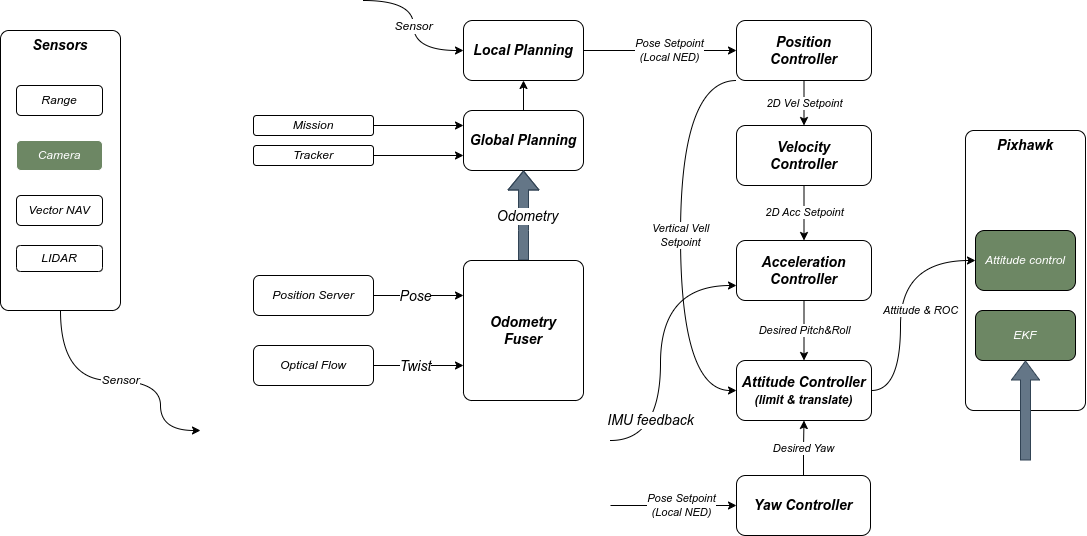
Earlier version of the draw.io export images/control.drawio.png (ori-kruk/desgin). Source tidied: cells renumbered, new cells last; positions are measured from the earlier drawing's top-left corner, leaving out a move shared by most shapes.
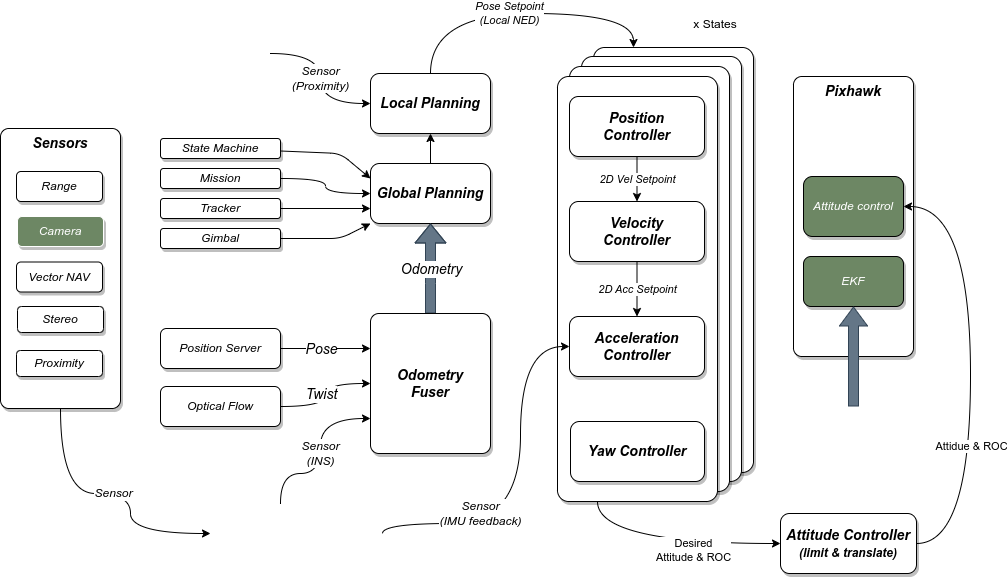
The same file after the commit.

Commit message:
update state and control

Diff of the diagram source:
```diff
@@ -2,43 +2,47 @@
   <root>
     <mxCell id="0" />
     <mxCell id="1" parent="0" />
+    <mxCell id="43" style="rounded=1;whiteSpace=wrap;html=1;shadow=1;align=center;verticalAlign=middle;arcSize=7;" parent="1" vertex="1">
+      <mxGeometry x="673" y="84" width="160" height="425" as="geometry" />
+    </mxCell>
+    <mxCell id="44" style="rounded=1;whiteSpace=wrap;html=1;shadow=1;arcSize=7;" parent="1" vertex="1">
+      <mxGeometry x="661" y="93" width="160" height="425" as="geometry" />
+    </mxCell>
+    <mxCell id="45" style="rounded=1;whiteSpace=wrap;html=1;shadow=1;arcSize=7;" parent="1" vertex="1">
+      <mxGeometry x="649" y="103" width="160" height="425" as="geometry" />
+    </mxCell>
+    <mxCell id="46" style="rounded=1;whiteSpace=wrap;html=1;shadow=1;arcSize=7;" parent="1" vertex="1">
+      <mxGeometry x="637" y="113" width="160" height="425" as="geometry" />
+    </mxCell>
-    <mxCell id="2" value="&lt;font style=&quot;font-size: 14px;&quot;&gt;&lt;b&gt;Sensors&lt;/b&gt;&lt;/font&gt;" style="rounded=1;whiteSpace=wrap;html=1;strokeColor=default;arcSize=7;verticalAlign=top;fontStyle=2;" parent="1" vertex="1">
-      <mxGeometry y="30" width="120" height="280" as="geometry" />
+    <mxCell id="2" value="&lt;font style=&quot;font-size: 14px;&quot;&gt;&lt;b&gt;Sensors&lt;/b&gt;&lt;/font&gt;" style="rounded=1;whiteSpace=wrap;html=1;strokeColor=default;arcSize=7;verticalAlign=top;fontStyle=2;shadow=1;" parent="1" vertex="1">
+      <mxGeometry x="80" y="165" width="120" height="280" as="geometry" />
     </mxCell>
-    <mxCell id="3" value="&lt;font style=&quot;font-size: 14px;&quot;&gt;&lt;span style=&quot;font-size: 14px;&quot;&gt;Pixhawk&lt;/span&gt;&lt;/font&gt;" style="rounded=1;whiteSpace=wrap;html=1;strokeColor=default;arcSize=7;verticalAlign=top;fontStyle=3;fontSize=14;" parent="1" vertex="1">
-      <mxGeometry x="965" y="130" width="120" height="280" as="geometry" />
+    <mxCell id="3" value="&lt;font style=&quot;font-size: 14px;&quot;&gt;&lt;span style=&quot;font-size: 14px;&quot;&gt;Pixhawk&lt;/span&gt;&lt;/font&gt;" style="rounded=1;whiteSpace=wrap;html=1;strokeColor=default;arcSize=7;verticalAlign=top;fontStyle=3;fontSize=14;shadow=1;" parent="1" vertex="1">
+      <mxGeometry x="873" y="113" width="120" height="280" as="geometry" />
     </mxCell>
-    <mxCell id="4" value="Vector NAV" style="rounded=1;whiteSpace=wrap;html=1;fontStyle=2;" parent="1" vertex="1">
-      <mxGeometry x="16" y="195" width="86" height="30" as="geometry" />
+    <mxCell id="4" value="Vector NAV" style="rounded=1;whiteSpace=wrap;html=1;fontStyle=2;shadow=1;" parent="1" vertex="1">
+      <mxGeometry x="96" y="298.5" width="86" height="30" as="geometry" />
     </mxCell>
-    <mxCell id="5" value="Camera" style="rounded=1;whiteSpace=wrap;html=1;strokeColor=#FFFFFF;fillColor=#6d8764;fontStyle=2;fontColor=#ffffff;" parent="1" vertex="1">
-      <mxGeometry x="16" y="140" width="86" height="30" as="geometry" />
+    <mxCell id="5" value="Camera" style="rounded=1;whiteSpace=wrap;html=1;strokeColor=#FFFFFF;fillColor=#6d8764;fontStyle=2;fontColor=#ffffff;shadow=1;" parent="1" vertex="1">
+      <mxGeometry x="97" y="253" width="86" height="30" as="geometry" />
     </mxCell>
-    <mxCell id="6" value="Range" style="rounded=1;whiteSpace=wrap;html=1;fontStyle=2;" parent="1" vertex="1">
-      <mxGeometry x="16" y="85" width="86" height="30" as="geometry" />
+    <mxCell id="6" value="Range" style="rounded=1;whiteSpace=wrap;html=1;fontStyle=2;shadow=1;" parent="1" vertex="1">
+      <mxGeometry x="96" y="208" width="86" height="30" as="geometry" />
     </mxCell>
-    <mxCell id="7" value="LIDAR" style="rounded=1;whiteSpace=wrap;html=1;fontStyle=2;" parent="1" vertex="1">
-      <mxGeometry x="16" y="245" width="86" height="26" as="geometry" />
+    <mxCell id="7" value="Stereo" style="rounded=1;whiteSpace=wrap;html=1;fontStyle=2;shadow=1;" parent="1" vertex="1">
+      <mxGeometry x="97" y="343" width="86" height="26" as="geometry" />
     </mxCell>
-    <mxCell id="8" value="Attitude control" style="rounded=1;whiteSpace=wrap;html=1;strokeColor=default;fillColor=#6d8764;fontColor=#ffffff;fontStyle=2;" parent="1" vertex="1">
-      <mxGeometry x="975" y="230" width="100" height="60" as="geometry" />
+    <mxCell id="8" value="Attitude control" style="rounded=1;whiteSpace=wrap;html=1;strokeColor=default;fillColor=#6d8764;fontColor=#ffffff;fontStyle=2;shadow=1;" parent="1" vertex="1">
+      <mxGeometry x="883" y="213" width="100" height="60" as="geometry" />
     </mxCell>
     <mxCell id="9" value="2D&amp;nbsp;Vel Setpoint" style="edgeStyle=none;html=1;fontStyle=2;" parent="1" edge="1" source="11" target="17">
       <mxGeometry relative="1" as="geometry" />
     </mxCell>
-    <mxCell id="10" value="Vertical Vell&lt;br&gt;Setpoint" style="edgeStyle=orthogonalEdgeStyle;curved=1;html=1;entryX=0;entryY=0.5;entryDx=0;entryDy=0;exitX=0;exitY=1;exitDx=0;exitDy=0;fontStyle=2;" parent="1" edge="1" source="11" target="27">
-      <mxGeometry relative="1" as="geometry">
-        <Array as="points">
-          <mxPoint x="680" y="80" />
-          <mxPoint x="680" y="390" />
-        </Array>
-      </mxGeometry>
-    </mxCell>
-    <mxCell id="11" value="Position&lt;br style=&quot;font-size: 14px;&quot;&gt;Controller" style="rounded=1;whiteSpace=wrap;html=1;strokeColor=default;fontStyle=3;fontSize=14;" parent="1" vertex="1">
-      <mxGeometry x="736" y="20" width="135" height="60" as="geometry" />
+    <mxCell id="11" value="Position&lt;br style=&quot;font-size: 14px;&quot;&gt;Controller" style="rounded=1;whiteSpace=wrap;html=1;strokeColor=default;fontStyle=3;fontSize=14;shadow=1;" parent="1" vertex="1">
+      <mxGeometry x="649" y="133" width="135" height="60" as="geometry" />
     </mxCell>
-    <mxCell id="12" value="EKF" style="rounded=1;whiteSpace=wrap;html=1;strokeColor=default;fillColor=#6d8764;fontColor=#ffffff;fontStyle=2;" parent="1" vertex="1">
-      <mxGeometry x="975" y="310" width="100" height="50" as="geometry" />
+    <mxCell id="12" value="EKF" style="rounded=1;whiteSpace=wrap;html=1;strokeColor=default;fillColor=#6d8764;fontColor=#ffffff;fontStyle=2;shadow=1;" parent="1" vertex="1">
+      <mxGeometry x="883" y="293" width="100" height="50" as="geometry" />
     </mxCell>
     <mxCell id="13" style="edgeStyle=orthogonalEdgeStyle;curved=1;html=1;entryX=0;entryY=0.25;entryDx=0;entryDy=0;fontSize=14;fontStyle=2;" parent="1" edge="1" source="15" target="40">
       <mxGeometry relative="1" as="geometry" />
@@ -48,124 +52,163 @@
         <mxPoint x="-16" y="5" as="offset" />
       </mxGeometry>
     </mxCell>
-    <mxCell id="15" value="Position Server" style="rounded=1;whiteSpace=wrap;html=1;strokeColor=default;fontStyle=2;fontSize=12;" parent="1" vertex="1">
-      <mxGeometry x="253" y="275" width="120" height="40" as="geometry" />
+    <mxCell id="15" value="Position Server" style="rounded=1;whiteSpace=wrap;html=1;strokeColor=default;fontStyle=2;fontSize=12;shadow=1;" parent="1" vertex="1">
+      <mxGeometry x="240" y="365" width="120" height="40" as="geometry" />
     </mxCell>
     <mxCell id="16" value="2D Acc Setpoint" style="edgeStyle=orthogonalEdgeStyle;curved=1;html=1;fontStyle=2;" parent="1" edge="1" source="17" target="19">
       <mxGeometry relative="1" as="geometry" />
     </mxCell>
-    <mxCell id="17" value="Velocity&lt;br style=&quot;font-size: 14px;&quot;&gt;Controller" style="rounded=1;whiteSpace=wrap;html=1;strokeColor=default;fontStyle=3;fontSize=14;" parent="1" vertex="1">
-      <mxGeometry x="736" y="125" width="135" height="60" as="geometry" />
+    <mxCell id="17" value="Velocity&lt;br style=&quot;font-size: 14px;&quot;&gt;Controller" style="rounded=1;whiteSpace=wrap;html=1;strokeColor=default;fontStyle=3;fontSize=14;shadow=1;" parent="1" vertex="1">
+      <mxGeometry x="649" y="238" width="135" height="60" as="geometry" />
     </mxCell>
-    <mxCell id="18" value="Desired Pitch&amp;amp;Roll" style="edgeStyle=orthogonalEdgeStyle;curved=1;html=1;fontStyle=2;" parent="1" edge="1" source="19" target="27">
-      <mxGeometry relative="1" as="geometry">
-        <Array as="points">
-          <mxPoint x="796" y="410" />
-          <mxPoint x="796" y="410" />
-        </Array>
-      </mxGeometry>
-    </mxCell>
-    <mxCell id="19" value="Acceleration Controller" style="rounded=1;whiteSpace=wrap;html=1;strokeColor=default;fontSize=14;fontStyle=3;" parent="1" vertex="1">
-      <mxGeometry x="736" y="240" width="135" height="60" as="geometry" />
+    <mxCell id="19" value="Acceleration Controller" style="rounded=1;whiteSpace=wrap;html=1;strokeColor=default;fontSize=14;fontStyle=3;shadow=1;" parent="1" vertex="1">
+      <mxGeometry x="649" y="353" width="135" height="60" as="geometry" />
     </mxCell>
     <mxCell id="20" style="edgeStyle=orthogonalEdgeStyle;curved=1;html=1;exitX=1;exitY=0.5;exitDx=0;exitDy=0;entryX=0;entryY=0.75;entryDx=0;entryDy=0;fontStyle=2;" parent="1" edge="1" source="21" target="31">
       <mxGeometry relative="1" as="geometry" />
     </mxCell>
-    <mxCell id="21" value="Tracker" style="rounded=1;whiteSpace=wrap;html=1;strokeColor=default;fontStyle=2;" parent="1" vertex="1">
-      <mxGeometry x="253" y="145" width="120" height="20" as="geometry" />
+    <mxCell id="21" value="Tracker" style="rounded=1;whiteSpace=wrap;html=1;strokeColor=default;fontStyle=2;shadow=1;" parent="1" vertex="1">
+      <mxGeometry x="240" y="235" width="120" height="20" as="geometry" />
     </mxCell>
-    <mxCell id="22" value="Pose Setpoint&lt;br&gt;(Local NED)" style="edgeStyle=orthogonalEdgeStyle;curved=1;html=1;exitX=1;exitY=0.5;exitDx=0;exitDy=0;fontStyle=2;" parent="1" edge="1" source="32" target="11">
-      <mxGeometry x="0.12" relative="1" as="geometry" />
+    <mxCell id="22" value="Pose Setpoint&lt;br&gt;(Local NED)" style="edgeStyle=orthogonalEdgeStyle;curved=1;html=1;exitX=0.5;exitY=0;exitDx=0;exitDy=0;fontStyle=2;entryX=0.25;entryY=0;entryDx=0;entryDy=0;" parent="1" edge="1" source="32" target="43">
+      <mxGeometry x="-0.06" relative="1" as="geometry">
+        <Array as="points">
+          <mxPoint x="510" y="50" />
+          <mxPoint x="713" y="50" />
+        </Array>
+      </mxGeometry>
     </mxCell>
-    <mxCell id="23" style="edgeStyle=orthogonalEdgeStyle;curved=1;html=1;entryX=0;entryY=0.25;entryDx=0;entryDy=0;fontStyle=2;" parent="1" edge="1" source="24" target="31">
+    <mxCell id="23" style="edgeStyle=orthogonalEdgeStyle;curved=1;html=1;entryX=0;entryY=0.5;entryDx=0;entryDy=0;fontStyle=2;" parent="1" edge="1" source="24" target="31">
       <mxGeometry relative="1" as="geometry" />
     </mxCell>
-    <mxCell id="24" value="Mission" style="rounded=1;whiteSpace=wrap;html=1;strokeColor=default;fontStyle=2;" parent="1" vertex="1">
-      <mxGeometry x="253" y="115" width="120" height="20" as="geometry" />
+    <mxCell id="24" value="Mission" style="rounded=1;whiteSpace=wrap;html=1;strokeColor=default;fontStyle=2;shadow=1;" parent="1" vertex="1">
+      <mxGeometry x="240" y="205" width="120" height="20" as="geometry" />
     </mxCell>
+    <mxCell id="26" value="Sensor&lt;br&gt;(IMU feedback)" style="edgeStyle=orthogonalEdgeStyle;html=1;fontSize=12;curved=1;fontStyle=2;entryX=0;entryY=0.5;entryDx=0;entryDy=0;" parent="1" edge="1" target="19">
+      <mxGeometry x="-0.42" y="10" relative="1" as="geometry">
+        <mxPoint x="462" y="570" as="sourcePoint" />
+        <Array as="points">
+          <mxPoint x="462" y="560" />
+          <mxPoint x="600" y="560" />
+          <mxPoint x="600" y="383" />
+        </Array>
+      </mxGeometry>
+    </mxCell>
-    <mxCell id="25" value="Attitude &amp;amp; ROC" style="edgeStyle=orthogonalEdgeStyle;curved=1;html=1;entryX=0;entryY=0.5;entryDx=0;entryDy=0;fontStyle=2;" parent="1" edge="1" source="27" target="8">
-      <mxGeometry x="-0.07" y="-20" relative="1" as="geometry">
+    <mxCell id="25" style="edgeStyle=orthogonalEdgeStyle;html=1;curved=1;entryX=1;entryY=0.5;entryDx=0;entryDy=0;exitX=1;exitY=0.5;exitDx=0;exitDy=0;" parent="1" edge="1" source="27" target="8">
+      <mxGeometry relative="1" as="geometry">
         <Array as="points">
-          <mxPoint x="900" y="390" />
-          <mxPoint x="900" y="260" />
+          <mxPoint x="1050" y="580" />
+          <mxPoint x="1050" y="243" />
         </Array>
       </mxGeometry>
     </mxCell>
-    <mxCell id="26" value="IMU feedback" style="edgeStyle=orthogonalEdgeStyle;html=1;fontSize=14;curved=1;entryX=0;entryY=0.75;entryDx=0;entryDy=0;fontStyle=2;" parent="1" edge="1" target="19">
-      <mxGeometry x="-0.5" y="10" relative="1" as="geometry">
-        <mxPoint x="610" y="440" as="sourcePoint" />
-        <Array as="points">
-          <mxPoint x="660" y="440" />
-          <mxPoint x="660" y="285" />
-        </Array>
-      </mxGeometry>
-    </mxCell>
+    <mxCell id="47" value="Attidue &amp;amp; ROC" style="edgeLabel;html=1;align=center;verticalAlign=middle;" parent="25" vertex="1">
+      <mxGeometry x="-0.34" relative="1" as="geometry" />
+    </mxCell>
-    <mxCell id="27" value="Attitude Controller&lt;br style=&quot;font-size: 14px;&quot;&gt;&lt;font style=&quot;font-size: 12px;&quot;&gt;(limit &amp;amp; translate)&lt;/font&gt;" style="rounded=1;whiteSpace=wrap;html=1;strokeColor=default;fontSize=14;fontStyle=3;" parent="1" vertex="1">
-      <mxGeometry x="736" y="360" width="135" height="60" as="geometry" />
+    <mxCell id="27" value="Attitude Controller&lt;br style=&quot;font-size: 14px;&quot;&gt;&lt;font style=&quot;font-size: 12px;&quot;&gt;(limit &amp;amp; translate)&lt;/font&gt;" style="rounded=1;whiteSpace=wrap;html=1;strokeColor=default;fontSize=14;fontStyle=3;shadow=1;" parent="1" vertex="1">
+      <mxGeometry x="860" y="550" width="136" height="60" as="geometry" />
     </mxCell>
-    <mxCell id="28" value="Desired Yaw" style="edgeStyle=orthogonalEdgeStyle;curved=1;html=1;entryX=0.5;entryY=1;entryDx=0;entryDy=0;fontStyle=2;" parent="1" edge="1" source="29" target="27">
-      <mxGeometry relative="1" as="geometry" />
-    </mxCell>
-    <mxCell id="29" value="Yaw Controller" style="rounded=1;whiteSpace=wrap;html=1;strokeColor=default;fontStyle=3;fontSize=14;" parent="1" vertex="1">
-      <mxGeometry x="736" y="475" width="134" height="60" as="geometry" />
+    <mxCell id="29" value="Yaw Controller" style="rounded=1;whiteSpace=wrap;html=1;strokeColor=default;fontStyle=3;fontSize=14;shadow=1;" parent="1" vertex="1">
+      <mxGeometry x="650" y="458" width="134" height="60" as="geometry" />
     </mxCell>
     <mxCell id="30" style="edgeStyle=orthogonalEdgeStyle;curved=1;html=1;exitX=0.5;exitY=0;exitDx=0;exitDy=0;entryX=0.5;entryY=1;entryDx=0;entryDy=0;fontStyle=2;" parent="1" edge="1" source="31" target="32">
       <mxGeometry relative="1" as="geometry" />
     </mxCell>
-    <mxCell id="31" value="Global Planning" style="rounded=1;whiteSpace=wrap;html=1;strokeColor=default;fontStyle=3;fontSize=14;" parent="1" vertex="1">
-      <mxGeometry x="463" y="110" width="120" height="60" as="geometry" />
+    <mxCell id="31" value="Global Planning" style="rounded=1;whiteSpace=wrap;html=1;strokeColor=default;fontStyle=3;fontSize=14;shadow=1;" parent="1" vertex="1">
+      <mxGeometry x="450" y="200" width="120" height="60" as="geometry" />
     </mxCell>
-    <mxCell id="32" value="Local Planning" style="rounded=1;whiteSpace=wrap;html=1;strokeColor=default;fontSize=14;fontStyle=3;" parent="1" vertex="1">
-      <mxGeometry x="463" y="20" width="120" height="60" as="geometry" />
+    <mxCell id="32" value="Local Planning" style="rounded=1;whiteSpace=wrap;html=1;strokeColor=default;fontSize=14;fontStyle=3;shadow=1;" parent="1" vertex="1">
+      <mxGeometry x="450" y="110" width="120" height="60" as="geometry" />
     </mxCell>
-    <mxCell id="33" value="Sensor" style="edgeStyle=orthogonalEdgeStyle;curved=1;html=1;entryX=0;entryY=0.5;entryDx=0;entryDy=0;fontStyle=2;fontSize=12;" parent="1" edge="1" target="32">
+    <mxCell id="33" value="Sensor&lt;br&gt;(Proximity)" style="edgeStyle=orthogonalEdgeStyle;curved=1;html=1;entryX=0;entryY=0.5;entryDx=0;entryDy=0;fontStyle=2;fontSize=12;" parent="1" edge="1" target="32">
       <mxGeometry relative="1" as="geometry">
-        <mxPoint x="363" as="sourcePoint" />
+        <mxPoint x="350" y="90" as="sourcePoint" />
       </mxGeometry>
     </mxCell>
     <mxCell id="34" style="shape=flexArrow;endArrow=classic;html=1;curved=1;exitX=0.5;exitY=0;exitDx=0;exitDy=0;entryX=0.5;entryY=1;entryDx=0;entryDy=0;fillColor=#647687;strokeColor=#314354;fontStyle=2;" parent="1" edge="1" source="40" target="31">
       <mxGeometry relative="1" as="geometry">
         <Array as="points">
-          <mxPoint x="523" y="230" />
+          <mxPoint x="510" y="320" />
         </Array>
       </mxGeometry>
     </mxCell>
     <mxCell id="35" value="Odometry" style="edgeLabel;html=1;align=center;verticalAlign=middle;fontSize=14;fontStyle=2;" parent="34" vertex="1">
-      <mxGeometry y="-3" relative="1" as="geometry" />
+      <mxGeometry y="-3" relative="1" as="geometry">
+        <mxPoint x="-3" as="offset" />
+      </mxGeometry>
     </mxCell>
-    <mxCell id="36" style="edgeStyle=orthogonalEdgeStyle;curved=1;html=1;entryX=0;entryY=0.75;entryDx=0;entryDy=0;fontSize=14;fontStyle=2;" parent="1" edge="1" source="38" target="40">
+    <mxCell id="36" style="edgeStyle=orthogonalEdgeStyle;curved=1;html=1;entryX=0;entryY=0.5;entryDx=0;entryDy=0;fontSize=14;fontStyle=2;" parent="1" edge="1" source="38" target="40">
       <mxGeometry relative="1" as="geometry" />
     </mxCell>
     <mxCell id="37" value="Twist" style="edgeLabel;html=1;align=center;verticalAlign=middle;fontSize=14;fontStyle=2;" parent="36" vertex="1">
       <mxGeometry x="0.17" relative="1" as="geometry">
-        <mxPoint x="-12" as="offset" />
+        <mxPoint x="-5" y="8" as="offset" />
       </mxGeometry>
     </mxCell>
-    <mxCell id="38" value="Optical Flow" style="rounded=1;whiteSpace=wrap;html=1;strokeColor=default;fontStyle=2;" parent="1" vertex="1">
-      <mxGeometry x="253" y="345" width="120" height="40" as="geometry" />
+    <mxCell id="38" value="Optical Flow" style="rounded=1;whiteSpace=wrap;html=1;strokeColor=default;fontStyle=2;shadow=1;" parent="1" vertex="1">
+      <mxGeometry x="240" y="423" width="120" height="40" as="geometry" />
     </mxCell>
-    <mxCell id="39" value="Pose Setpoint&lt;br&gt;(Local NED)" style="edgeStyle=orthogonalEdgeStyle;curved=1;html=1;entryX=0;entryY=0.5;entryDx=0;entryDy=0;fontStyle=2;" parent="1" edge="1" target="29">
-      <mxGeometry x="0.12" relative="1" as="geometry">
-        <mxPoint x="610" y="505" as="sourcePoint" />
-      </mxGeometry>
-    </mxCell>
-    <mxCell id="40" value="&lt;font style=&quot;font-size: 14px;&quot;&gt;&lt;b&gt;Odometry&lt;br&gt;Fuser&lt;/b&gt;&lt;/font&gt;" style="rounded=1;whiteSpace=wrap;html=1;strokeColor=default;arcSize=7;fontStyle=2;" parent="1" vertex="1">
-      <mxGeometry x="463" y="260" width="120" height="140" as="geometry" />
+    <mxCell id="40" value="&lt;font style=&quot;font-size: 14px;&quot;&gt;&lt;b&gt;Odometry&lt;br&gt;Fuser&lt;/b&gt;&lt;/font&gt;" style="rounded=1;whiteSpace=wrap;html=1;strokeColor=default;arcSize=7;fontStyle=2;shadow=1;" parent="1" vertex="1">
+      <mxGeometry x="450" y="350" width="120" height="140" as="geometry" />
     </mxCell>
     <mxCell id="41" style="shape=flexArrow;endArrow=classic;html=1;curved=1;entryX=0.5;entryY=1;entryDx=0;entryDy=0;endWidth=17.142857142857142;startArrow=none;fillColor=#647687;strokeColor=#314354;fontStyle=2;" parent="1" edge="1" target="12">
       <mxGeometry relative="1" as="geometry">
-        <mxPoint x="1025" y="460" as="sourcePoint" />
+        <mxPoint x="933" y="443" as="sourcePoint" />
       </mxGeometry>
     </mxCell>
     <mxCell id="42" value="Sensor" style="edgeStyle=orthogonalEdgeStyle;curved=1;html=1;fontStyle=2;exitX=0.5;exitY=1;exitDx=0;exitDy=0;fontSize=12;" parent="1" edge="1" source="2">
       <mxGeometry relative="1" as="geometry">
-        <mxPoint x="200" y="430" as="targetPoint" />
+        <mxPoint x="290" y="570" as="targetPoint" />
         <Array as="points">
-          <mxPoint x="60" y="380" />
-          <mxPoint x="160" y="380" />
-          <mxPoint x="160" y="430" />
+          <mxPoint x="140" y="530" />
+          <mxPoint x="210" y="530" />
+          <mxPoint x="210" y="570" />
         </Array>
       </mxGeometry>
     </mxCell>
+    <mxCell id="48" value="x States" style="text;strokeColor=none;align=center;fillColor=none;html=1;verticalAlign=middle;whiteSpace=wrap;rounded=0;shadow=1;" parent="1" vertex="1">
+      <mxGeometry x="750" y="46" width="90" height="30" as="geometry" />
+    </mxCell>
+    <mxCell id="49" style="edgeStyle=none;html=1;entryX=0;entryY=1;entryDx=0;entryDy=0;" parent="1" edge="1" source="50" target="31">
+      <mxGeometry relative="1" as="geometry">
+        <Array as="points">
+          <mxPoint x="420" y="275" />
+        </Array>
+      </mxGeometry>
+    </mxCell>
+    <mxCell id="50" value="Gimbal" style="rounded=1;whiteSpace=wrap;html=1;strokeColor=default;fontStyle=2;shadow=1;" parent="1" vertex="1">
+      <mxGeometry x="240" y="265" width="120" height="20" as="geometry" />
+    </mxCell>
+    <mxCell id="51" style="edgeStyle=none;html=1;entryX=0;entryY=0.25;entryDx=0;entryDy=0;" parent="1" edge="1" source="52" target="31">
+      <mxGeometry relative="1" as="geometry">
+        <Array as="points">
+          <mxPoint x="420" y="190" />
+        </Array>
+      </mxGeometry>
+    </mxCell>
+    <mxCell id="52" value="State Machine" style="rounded=1;whiteSpace=wrap;html=1;strokeColor=default;fontStyle=2;shadow=1;" parent="1" vertex="1">
+      <mxGeometry x="240" y="175" width="120" height="20" as="geometry" />
+    </mxCell>
+    <mxCell id="53" style="edgeStyle=orthogonalEdgeStyle;html=1;curved=1;entryX=0;entryY=0.5;entryDx=0;entryDy=0;exitX=0.25;exitY=1;exitDx=0;exitDy=0;" parent="1" edge="1" source="46" target="27">
+      <mxGeometry relative="1" as="geometry" />
+    </mxCell>
+    <mxCell id="54" value="Desired&lt;br&gt;Attitude &amp;amp; ROC" style="edgeLabel;html=1;align=center;verticalAlign=middle;" parent="53" vertex="1">
+      <mxGeometry x="0.23" y="-6" relative="1" as="geometry">
+        <mxPoint x="-1" as="offset" />
+      </mxGeometry>
+    </mxCell>
+    <mxCell id="55" value="Sensor&lt;br&gt;(INS)" style="edgeStyle=orthogonalEdgeStyle;curved=1;html=1;fontStyle=2;fontSize=12;entryX=0;entryY=0.75;entryDx=0;entryDy=0;" parent="1" edge="1" target="40">
+      <mxGeometry x="0.03" relative="1" as="geometry">
+        <mxPoint x="360" y="540" as="sourcePoint" />
+        <Array as="points">
+          <mxPoint x="360" y="510" />
+          <mxPoint x="400" y="510" />
+          <mxPoint x="400" y="455" />
+        </Array>
+      </mxGeometry>
+    </mxCell>
+    <mxCell id="56" value="Proximity" style="rounded=1;whiteSpace=wrap;html=1;fontStyle=2;shadow=1;" parent="1" vertex="1">
+      <mxGeometry x="96" y="387" width="86" height="26" as="geometry" />
+    </mxCell>
   </root>
 </mxGraphModel>
```
